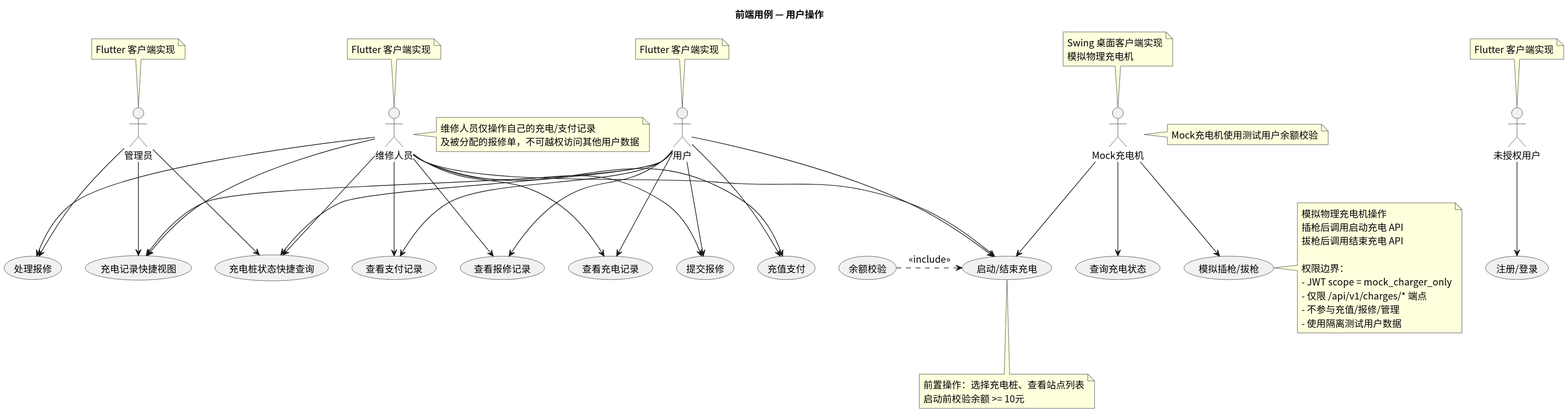
This is usecase/docs/frontend/img/frontend_usecases.svg from greenhandzdl/charging-station-doc, a PlantUML export, as it was before one commit.
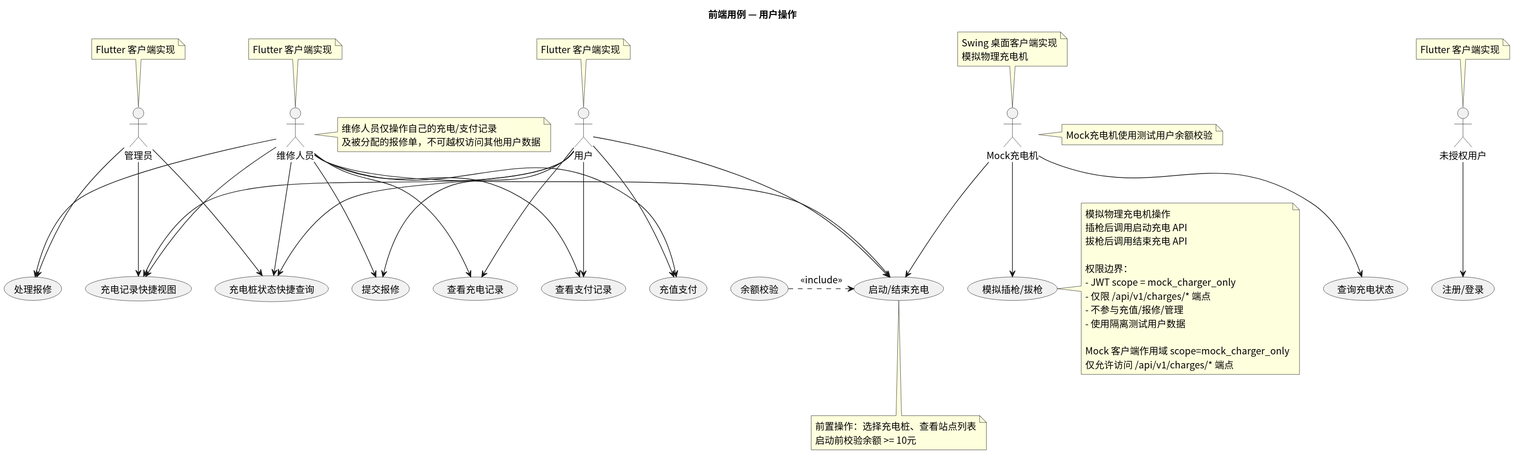
The same file after the commit.

Change to the diagram source:
```diff
@@ -23,7 +23,6 @@
 usecase "查看充电记录" as VCR
 usecase "查看支付记录" as VPR
 usecase "提交报修" as SRT
-usecase "查看报修记录" as VR
 usecase "处理报修" as HR
 usecase "充电记录快捷视图" as QV
 usecase "充电桩状态快捷查询" as QC
@@ -36,7 +35,6 @@
 U --> VCR
 U --> VPR
 U --> SRT
-U --> VR
 U --> QV
 U --> QC
 M --> CS
@@ -44,7 +42,6 @@
 M --> VCR
 M --> VPR
 M --> SRT
-M --> VR
 M --> HR
 note right of M : 维修人员仅操作自己的充电/支付记录\n及被分配的报修单，不可越权访问其他用户数据
 CS <.left. BC : <<include>>
@@ -58,5 +55,5 @@
 MC --> CS
 note right of MC : Mock充电机使用测试用户余额校验
 MC --> QCS
-note right of MOC : 模拟物理充电机操作\n插枪后调用启动充电 API\n拔枪后调用结束充电 API\n\n权限边界：\n- JWT scope = mock_charger_only\n- 仅限 /api/v1/charges/* 端点\n- 不参与充值/报修/管理\n- 使用隔离测试用户数据
+note right of MOC : 模拟物理充电机操作\n插枪后调用启动充电 API\n拔枪后调用结束充电 API\n\n权限边界：\n- JWT scope = mock_charger_only\n- 仅限 /api/v1/charges/* 端点\n- 不参与充值/报修/管理\n- 使用隔离测试用户数据\n\nMock 客户端作用域 scope=mock_charger_only\n仅允许访问 /api/v1/charges/* 端点
 @enduml
```
